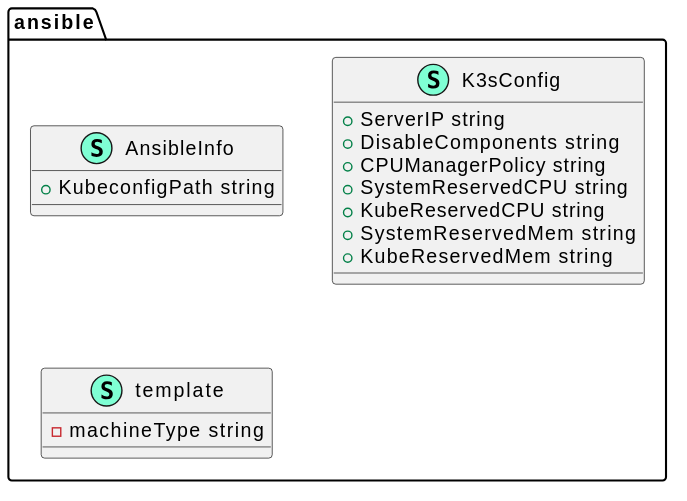
Above: docs/svg/ansible.svg in motangpuar/o2-ims-worker (PlantUML), before the change. Its diagram source:
```plantuml
@startuml
top to bottom direction
namespace ansible {
    class "AnsibleInfo" << (S,Aquamarine) >> {
        + KubeconfigPath string

    }
    class "K3sConfig" << (S,Aquamarine) >> {
        + ServerIP string
        + DisableComponents string
        + CPUManagerPolicy string
        + SystemReservedCPU string
        + KubeReservedCPU string
        + SystemReservedMem string
        + KubeReservedMem string

    }
    class "template" << (S,Aquamarine) >> {
        - machineType string

    }
}
@enduml
```
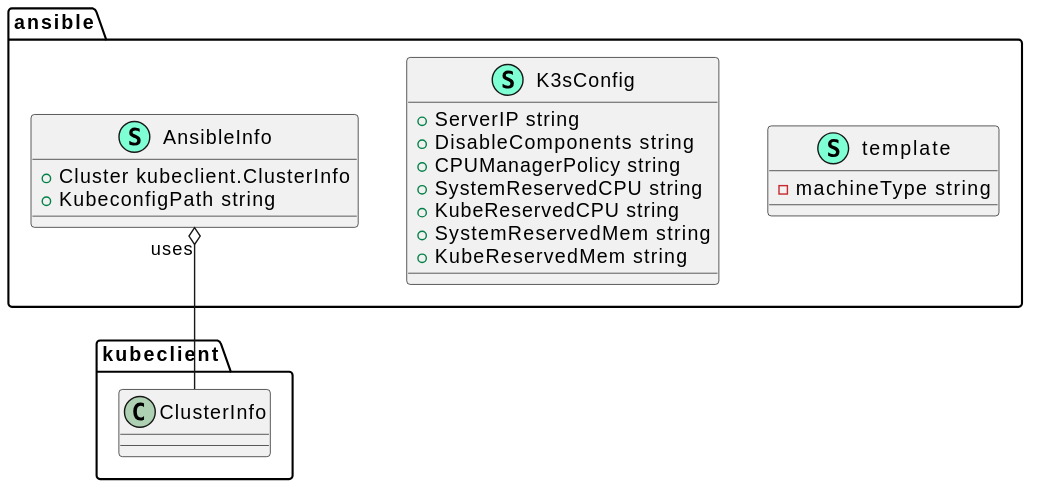
The same file after the commit.

Change to the diagram source:
```diff
@@ -2,6 +2,7 @@
 top to bottom direction
 namespace ansible {
     class "AnsibleInfo" << (S,Aquamarine) >> {
+        + Cluster kubeclient.ClusterInfo
         + KubeconfigPath string
 
     }
@@ -20,4 +21,7 @@
 
     }
 }
+
+
+"ansible.AnsibleInfo""uses" o-- "kubeclient.ClusterInfo"
 @enduml
```
